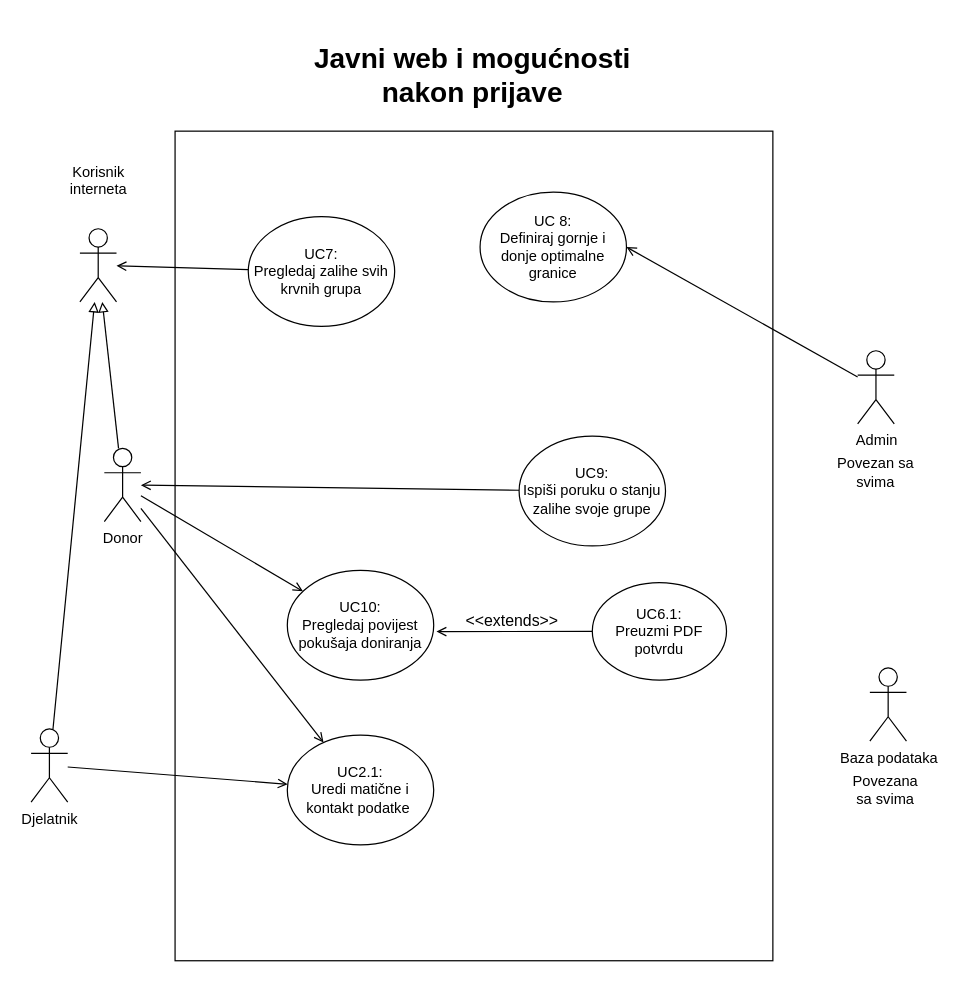
Earlier version of the draw.io diagram page "3 - javni web i mogućnosti nakon prijave" (3 of 6) of Dokumentacija/Use cases/Use Cases.drawio (ToniIvankovic/TrueBlood). Source tidied: cells renumbered, new cells numbered last; positions are measured from the earlier drawing's top-left corner, leaving out a move shared by most shapes. Both pictures are drawn from the tidied source at 122%, with x=0, y=0 at pixel (30, 21).
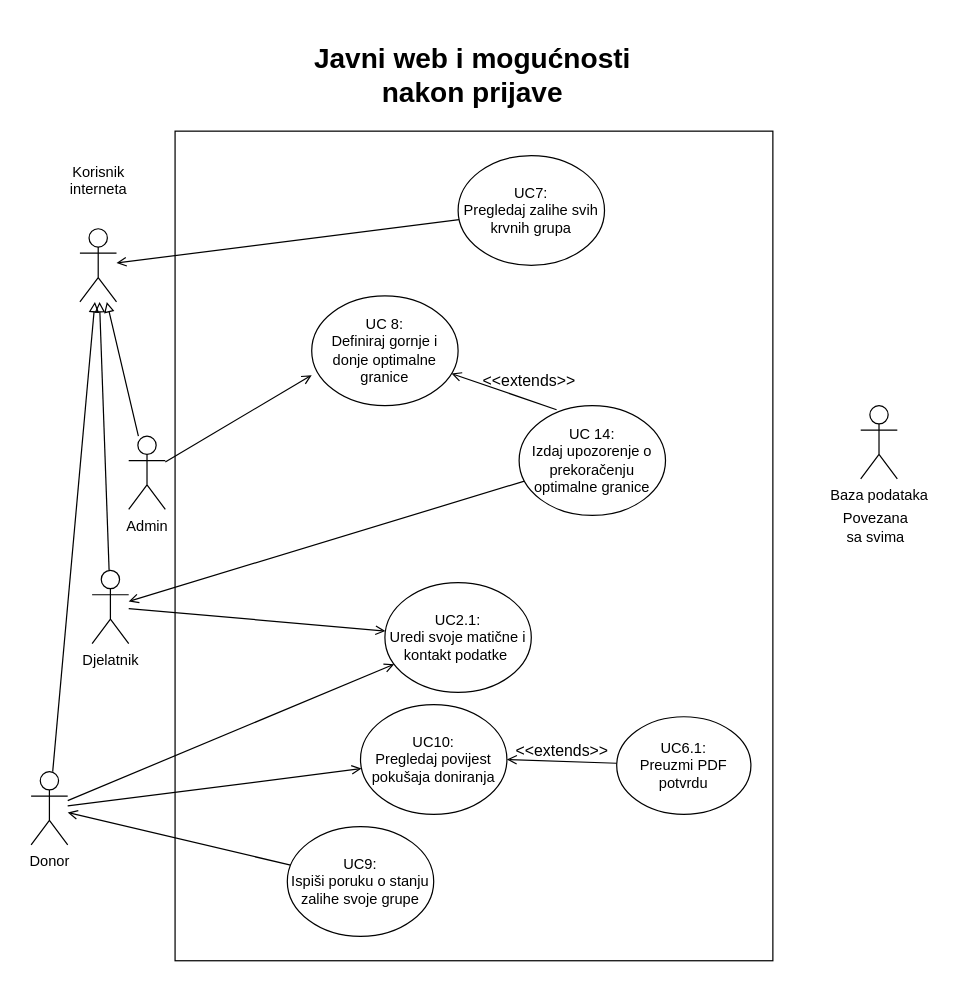
The same diagram, later.

The change refers to these unchanged cells:
```xml
<mxCell id="9" value="Korisnik&lt;br&gt;interneta" style="shape=umlActor;verticalLabelPosition=top;verticalAlign=top;html=1;outlineConnect=0;" parent="1" vertex="1">
  <mxGeometry x="40" y="170" width="30" height="60" as="geometry" />
</mxCell>
```

Change to the diagram source:
```diff
@@
     <mxCell id="3" value="UC 8:&lt;br&gt;Definiraj gornje i donje optimalne granice" style="ellipse;whiteSpace=wrap;html=1;" parent="1" vertex="1">
-      <mxGeometry x="368" y="140" width="120" height="90" as="geometry" />
+      <mxGeometry x="230" y="225" width="120" height="90" as="geometry" />
     </mxCell>
@@
     <mxCell id="5" value="UC7:&lt;br&gt;Pregledaj zalihe svih krvnih grupa" style="ellipse;whiteSpace=wrap;html=1;" parent="1" vertex="1">
-      <mxGeometry x="178" y="160" width="120" height="90" as="geometry" />
+      <mxGeometry x="350" y="110" width="120" height="90" as="geometry" />
     </mxCell>
-    <mxCell id="6" style="edgeStyle=none;rounded=0;jettySize=auto;html=1;entryX=1;entryY=0.5;entryDx=0;entryDy=0;endArrow=open;endFill=0;fontSize=23;" parent="1" edge="1" source="7" target="3">
+    <mxCell id="6" style="edgeStyle=none;rounded=0;jettySize=auto;html=1;entryX=0;entryY=0.722;entryDx=0;entryDy=0;endArrow=open;endFill=0;fontSize=23;entryPerimeter=0;" parent="1" edge="1" source="7" target="3">
       <mxGeometry relative="1" as="geometry" />
     </mxCell>
+    <mxCell id="26" style="edgeStyle=none;rounded=0;jettySize=auto;html=1;endArrow=block;endFill=0;" parent="1" edge="1" source="7" target="9">
+      <mxGeometry relative="1" as="geometry" />
+    </mxCell>
     <mxCell id="7" value="Admin" style="shape=umlActor;verticalLabelPosition=bottom;verticalAlign=top;html=1;outlineConnect=0;" parent="1" vertex="1">
-      <mxGeometry x="677.5" y="270" width="30" height="60" as="geometry" />
+      <mxGeometry x="80" y="340" width="30" height="60" as="geometry" />
     </mxCell>
     <mxCell id="8" value="Baza podataka" style="shape=umlActor;verticalLabelPosition=bottom;verticalAlign=top;html=1;" parent="1" vertex="1">
-      <mxGeometry x="687.5" y="530" width="30" height="60" as="geometry" />
+      <mxGeometry x="680" y="315" width="30" height="60" as="geometry" />
     </mxCell>
@@
     <mxCell id="13" value="Donor" style="shape=umlActor;verticalLabelPosition=bottom;verticalAlign=top;html=1;outlineConnect=0;" parent="1" vertex="1">
-      <mxGeometry x="60" y="350" width="30" height="60" as="geometry" />
+      <mxGeometry y="615" width="30" height="60" as="geometry" />
     </mxCell>
     <mxCell id="14" value="Povezana sa svima" style="text;html=1;strokeColor=none;fillColor=none;align=center;verticalAlign=middle;whiteSpace=wrap;rounded=0;" parent="1" vertex="1">
-      <mxGeometry x="667.5" y="620" width="65" height="20" as="geometry" />
+      <mxGeometry x="660" y="405" width="65" height="20" as="geometry" />
     </mxCell>
-    <mxCell id="15" value="Povezan&amp;nbsp;sa svima" style="text;html=1;strokeColor=none;fillColor=none;align=center;verticalAlign=middle;whiteSpace=wrap;rounded=0;" parent="1" vertex="1">
-      <mxGeometry x="660" y="360" width="65" height="20" as="geometry" />
-    </mxCell>
@@
     <mxCell id="18" value="UC9:&lt;br&gt;Ispiši poruku o stanju zalihe svoje grupe" style="ellipse;whiteSpace=wrap;html=1;" parent="1" vertex="1">
-      <mxGeometry x="400" y="340" width="120" height="90" as="geometry" />
+      <mxGeometry x="210" y="660" width="120" height="90" as="geometry" />
     </mxCell>
-    <mxCell id="19" value="UC2.1:&lt;br&gt;Uredi matične i kontakt podatke&amp;nbsp;" style="ellipse;whiteSpace=wrap;html=1;" parent="1" vertex="1">
-      <mxGeometry x="210" y="585" width="120" height="90" as="geometry" />
+    <mxCell id="19" value="UC2.1:&lt;br&gt;Uredi svoje matične i kontakt podatke&amp;nbsp;" style="ellipse;whiteSpace=wrap;html=1;" parent="1" vertex="1">
+      <mxGeometry x="290" y="460" width="120" height="90" as="geometry" />
     </mxCell>
     <mxCell id="20" value="UC10:&lt;br&gt;Pregledaj povijest pokušaja doniranja" style="ellipse;whiteSpace=wrap;html=1;" parent="1" vertex="1">
-      <mxGeometry x="210" y="450" width="120" height="90" as="geometry" />
+      <mxGeometry x="270" y="560" width="120" height="90" as="geometry" />
     </mxCell>
-    <mxCell id="21" value="&lt;font style=&quot;font-size: 13px&quot;&gt;&amp;lt;&amp;lt;extends&amp;gt;&amp;gt;&lt;/font&gt;" style="edgeStyle=none;rounded=0;jettySize=auto;html=1;entryX=1.019;entryY=0.558;entryDx=0;entryDy=0;endArrow=open;endFill=0;fontSize=23;jumpStyle=none;entryPerimeter=0;labelBackgroundColor=none;" parent="1" edge="1" source="22" target="20">
+    <mxCell id="21" value="&lt;font style=&quot;font-size: 13px&quot;&gt;&amp;lt;&amp;lt;extends&amp;gt;&amp;gt;&lt;/font&gt;" style="edgeStyle=none;rounded=0;jettySize=auto;html=1;entryX=1;entryY=0.5;entryDx=0;entryDy=0;endArrow=open;endFill=0;fontSize=23;jumpStyle=none;labelBackgroundColor=none;" parent="1" edge="1" source="22" target="20">
       <mxGeometry x="0.03" y="-12" relative="1" as="geometry" />
     </mxCell>
     <mxCell id="22" value="UC6.1:&lt;br&gt;Preuzmi PDF potvrdu" style="ellipse;whiteSpace=wrap;html=1;" parent="1" vertex="1">
-      <mxGeometry x="460" y="460" width="110" height="80" as="geometry" />
+      <mxGeometry x="480" y="570" width="110" height="80" as="geometry" />
     </mxCell>
@@
     <mxCell id="25" value="Djelatnik" style="shape=umlActor;verticalLabelPosition=bottom;verticalAlign=top;html=1;outlineConnect=0;" parent="1" vertex="1">
-      <mxGeometry y="580" width="30" height="60" as="geometry" />
+      <mxGeometry x="50" y="450" width="30" height="60" as="geometry" />
     </mxCell>
+    <mxCell id="27" style="edgeStyle=none;rounded=0;jettySize=auto;html=1;endArrow=open;endFill=0;" parent="1" edge="1" source="28" target="25">
+      <mxGeometry relative="1" as="geometry" />
+    </mxCell>
+    <mxCell id="28" value="UC 14:&lt;br&gt;Izdaj upozorenje o prekoračenju optimalne granice" style="ellipse;whiteSpace=wrap;html=1;" parent="1" vertex="1">
+      <mxGeometry x="400" y="315" width="120" height="90" as="geometry" />
+    </mxCell>
+    <mxCell id="29" value="&lt;font style=&quot;font-size: 13px&quot;&gt;&amp;lt;&amp;lt;extends&amp;gt;&amp;gt;&lt;/font&gt;" style="edgeStyle=none;rounded=0;jettySize=auto;html=1;endArrow=open;endFill=0;fontSize=23;jumpStyle=none;labelBackgroundColor=none;exitX=0.256;exitY=0.037;exitDx=0;exitDy=0;exitPerimeter=0;" parent="1" edge="1" source="28" target="3">
+      <mxGeometry x="-0.34" y="-18" relative="1" as="geometry">
+        <mxPoint y="-1" as="offset" />
+      </mxGeometry>
+    </mxCell>
```
